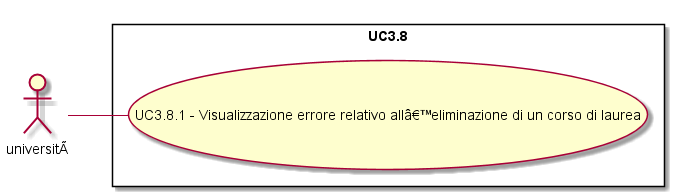
This is Analisi dei requisiti/img/UC3-8.png from SOS-SonsOfSwe/Marvin, a PlantUML export, as it was before one commit. Its diagram source:
```plantuml
@startuml
left to right direction
skinparam packageStyle rectangle
actor universitÃ
rectangle UC3.8 {
universitÃ  -- (UC3.8.1 - Visualizzazione errore relativo allâ??eliminazione di un corso di laurea)
}
@enduml
```
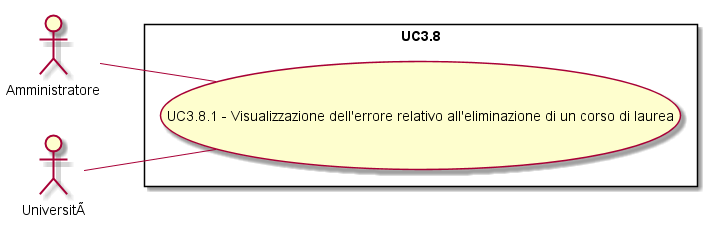
After the commit.

Diff of the diagram source:
```diff
@@ -1,8 +1,10 @@
 @startuml
 left to right direction
 skinparam packageStyle rectangle
-actor universitÃ
+actor Amministratore
+actor Università
 rectangle UC3.8 {
-universitÃ  -- (UC3.8.1 - Visualizzazione errore relativo allâ??eliminazione di un corso di laurea)
+Amministratore -- (UC3.8.1 - Visualizzazione dell'errore relativo all'eliminazione di un corso di laurea)
+Università -- (UC3.8.1 - Visualizzazione dell'errore relativo all'eliminazione di un corso di laurea)
 }
 @enduml
```
